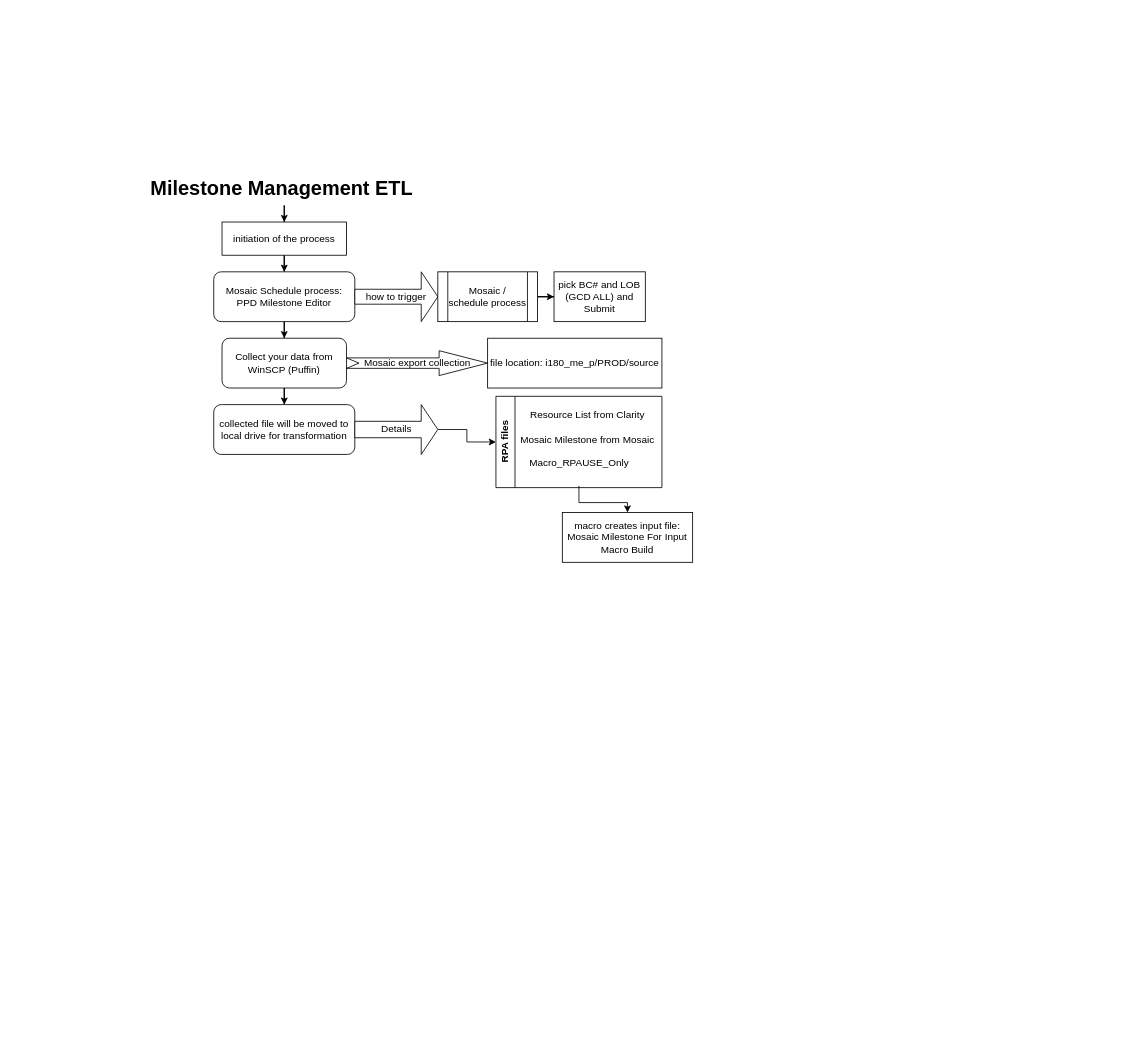
trooperNiki/SCRTDiagrams keeps this draw.io diagram as MilestoneProcess.drawio. Above is the earlier version. Source tidied: cells renumbered, new cells numbered last; positions are measured from the earlier drawing's top-left corner, leaving out a move shared by most shapes. Both pictures are drawn from the tidied source at 83%, with x=0, y=0 at pixel (147, 172).
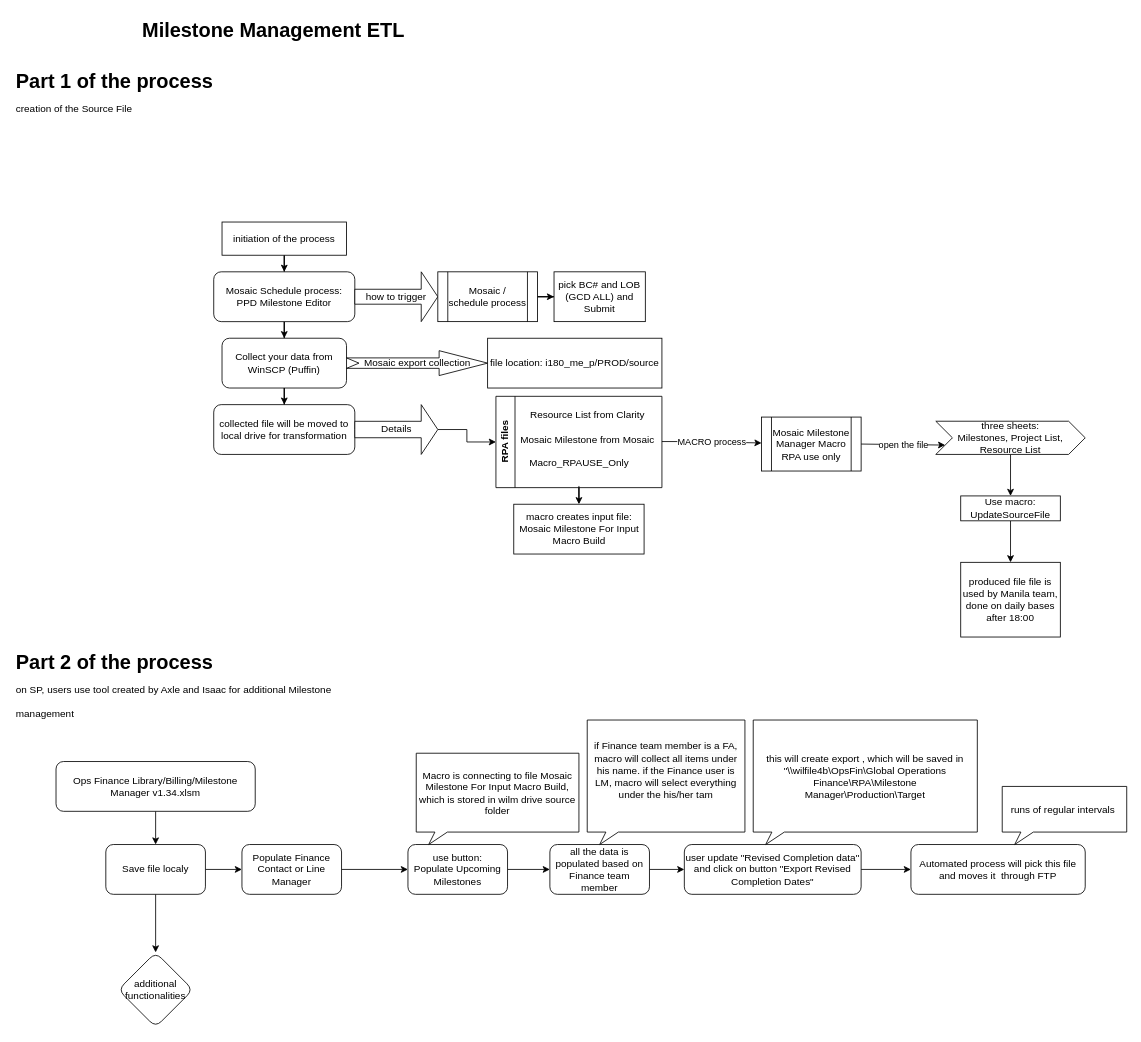
After the change.

Unchanged cells that the change refers to:
```xml
<mxCell id="5" value="initiation of the process" style="whiteSpace=wrap;html=1;" parent="1" vertex="1">
  <mxGeometry x="90" y="60" width="150" height="40" as="geometry" />
</mxCell>
```

Diff of the diagram source:
```diff
@@
-    <mxCell id="2" style="edgeStyle=orthogonalEdgeStyle;rounded=0;jettySize=auto;html=1;" parent="1" edge="1" source="3" target="5">
-      <mxGeometry relative="1" as="geometry" />
-    </mxCell>
     <mxCell id="3" value="Milestone Management ETL&amp;nbsp;" style="text;strokeColor=none;fillColor=none;html=1;fontSize=24;fontStyle=1;verticalAlign=middle;align=center;" parent="1" vertex="1">
-      <mxGeometry width="330" height="40" as="geometry" />
+      <mxGeometry x="-10" y="-190" width="330" height="40" as="geometry" />
     </mxCell>
@@
     <mxCell id="23" value="macro creates input file: Mosaic Milestone For Input Macro Build" style="whiteSpace=wrap;html=1;" parent="1" vertex="1">
-      <mxGeometry x="500" y="410" width="157" height="60" as="geometry" />
+      <mxGeometry x="441.5" y="400" width="157" height="60" as="geometry" />
     </mxCell>
@@
+    <mxCell id="25" style="endArrow=classic;html=1;rounded=0;" parent="1" edge="1" target="27">
+      <mxGeometry relative="1" as="geometry">
+        <mxPoint x="620" y="324.5" as="sourcePoint" />
+        <Array as="points">
+          <mxPoint x="660" y="324.5" />
+        </Array>
+      </mxGeometry>
+    </mxCell>
+    <mxCell id="26" value="MACRO process" style="edgeLabel;html=1;align=center;verticalAlign=middle;" parent="25" vertex="1">
+      <mxGeometry relative="1" as="geometry" />
+    </mxCell>
+    <mxCell id="27" value="Mosaic Milestone Manager Macro RPA use only" style="shape=process;whiteSpace=wrap;html=1;backgroundOutline=1;" parent="1" vertex="1">
+      <mxGeometry x="740" y="295" width="120" height="65" as="geometry" />
+    </mxCell>
+    <mxCell id="28" style="endArrow=classic;html=1;rounded=0;entryX=0;entryY=0.75;entryDx=0;entryDy=0;exitX=1;exitY=0.5;exitDx=0;exitDy=0;" parent="1" edge="1" source="27" target="31">
+      <mxGeometry relative="1" as="geometry" />
+    </mxCell>
+    <mxCell id="29" value="open the file" style="edgeLabel;html=1;align=center;verticalAlign=middle;" parent="28" vertex="1">
+      <mxGeometry relative="1" as="geometry" />
+    </mxCell>
+    <mxCell id="30" style="edgeStyle=orthogonalEdgeStyle;rounded=0;jettySize=auto;html=1;" parent="1" edge="1" source="31" target="33">
+      <mxGeometry relative="1" as="geometry" />
+    </mxCell>
+    <mxCell id="31" value="three sheets:&lt;br&gt;Milestones, Project List, Resource List" style="shape=step;perimeter=stepPerimeter;whiteSpace=wrap;html=1;fixedSize=1;" parent="1" vertex="1">
+      <mxGeometry x="950" y="300" width="180" height="40" as="geometry" />
+    </mxCell>
+    <mxCell id="32" style="edgeStyle=orthogonalEdgeStyle;rounded=0;jettySize=auto;html=1;" parent="1" edge="1" source="33" target="34">
+      <mxGeometry relative="1" as="geometry" />
+    </mxCell>
+    <mxCell id="33" value="Use macro: UpdateSourceFile" style="whiteSpace=wrap;html=1;" parent="1" vertex="1">
+      <mxGeometry x="980" y="390" width="120" height="30" as="geometry" />
+    </mxCell>
+    <mxCell id="34" value="produced file file is used by Manila team, done on daily bases after 18:00" style="whiteSpace=wrap;html=1;" parent="1" vertex="1">
+      <mxGeometry x="980" y="470" width="120" height="90" as="geometry" />
+    </mxCell>
+    <mxCell id="35" style="edgeStyle=orthogonalEdgeStyle;rounded=0;jettySize=auto;html=1;" parent="1" edge="1" source="36" target="41">
+      <mxGeometry relative="1" as="geometry" />
+    </mxCell>
+    <mxCell id="36" value="Ops Finance Library/Billing/Milestone Manager v1.34.xlsm" style="rounded=1;whiteSpace=wrap;html=1;" parent="1" vertex="1">
+      <mxGeometry x="-110" y="710" width="240" height="60" as="geometry" />
+    </mxCell>
+    <mxCell id="37" value="&lt;h1 style=&quot;margin-top: 0px;&quot;&gt;&lt;span style=&quot;background-color: initial;&quot;&gt;Part 2 of the process&lt;br&gt;&lt;/span&gt;&lt;span style=&quot;font-size: 12px; font-weight: 400; text-align: center;&quot;&gt;on SP, users use tool created by Axle and Isaac for additional Milestone management&lt;/span&gt;&lt;br&gt;&lt;/h1&gt;" style="text;html=1;whiteSpace=wrap;overflow=hidden;rounded=0;" parent="1" vertex="1">
+      <mxGeometry x="-160" y="570" width="410" height="120" as="geometry" />
+    </mxCell>
+    <mxCell id="38" value="&lt;h1 style=&quot;margin-top: 0px;&quot;&gt;&lt;span style=&quot;background-color: initial;&quot;&gt;Part 1 of the process&lt;br&gt;&lt;/span&gt;&lt;span style=&quot;font-size: 12px; font-weight: 400; text-align: center;&quot;&gt;creation of the Source File&lt;/span&gt;&lt;br&gt;&lt;/h1&gt;" style="text;html=1;whiteSpace=wrap;overflow=hidden;rounded=0;" parent="1" vertex="1">
+      <mxGeometry x="-160" y="-130" width="410" height="120" as="geometry" />
+    </mxCell>
+    <mxCell id="39" style="edgeStyle=orthogonalEdgeStyle;rounded=0;jettySize=auto;html=1;" parent="1" edge="1" source="41" target="43">
+      <mxGeometry relative="1" as="geometry" />
+    </mxCell>
+    <mxCell id="40" style="edgeStyle=orthogonalEdgeStyle;rounded=0;jettySize=auto;html=1;" parent="1" edge="1" source="41" target="55">
+      <mxGeometry relative="1" as="geometry" />
+    </mxCell>
+    <mxCell id="41" value="Save file localy" style="whiteSpace=wrap;html=1;rounded=1;" parent="1" vertex="1">
+      <mxGeometry x="-50" y="810" width="120" height="60" as="geometry" />
+    </mxCell>
+    <mxCell id="42" style="edgeStyle=orthogonalEdgeStyle;rounded=0;jettySize=auto;html=1;" parent="1" edge="1" source="43" target="45">
+      <mxGeometry relative="1" as="geometry" />
+    </mxCell>
+    <mxCell id="43" value="Populate Finance Contact or Line Manager" style="whiteSpace=wrap;html=1;rounded=1;" parent="1" vertex="1">
+      <mxGeometry x="114" y="810" width="120" height="60" as="geometry" />
+    </mxCell>
+    <mxCell id="44" style="edgeStyle=orthogonalEdgeStyle;rounded=0;jettySize=auto;html=1;" parent="1" edge="1" source="45" target="48">
+      <mxGeometry relative="1" as="geometry" />
+    </mxCell>
+    <mxCell id="45" value="use button:&lt;br&gt;Populate Upcoming Milestones" style="whiteSpace=wrap;html=1;rounded=1;" parent="1" vertex="1">
+      <mxGeometry x="314" y="810" width="120" height="60" as="geometry" />
+    </mxCell>
+    <mxCell id="46" value="Macro is connecting to file Mosaic Milestone For Input Macro Build, which is stored in wilm drive source folder" style="whiteSpace=wrap;html=1;shape=mxgraph.basic.rectCallout;dx=30;dy=15;boundedLbl=1;" parent="1" vertex="1">
+      <mxGeometry x="324" y="700" width="196" height="110" as="geometry" />
+    </mxCell>
+    <mxCell id="47" style="edgeStyle=orthogonalEdgeStyle;rounded=0;jettySize=auto;html=1;" parent="1" edge="1" source="48" target="51">
+      <mxGeometry relative="1" as="geometry" />
+    </mxCell>
+    <mxCell id="48" value="all the data is populated based on Finance team member" style="whiteSpace=wrap;html=1;rounded=1;" parent="1" vertex="1">
+      <mxGeometry x="485" y="810" width="120" height="60" as="geometry" />
+    </mxCell>
+    <mxCell id="49" value="&#10;&lt;span style=&quot;color: rgb(0, 0, 0); font-family: Helvetica; font-size: 12px; font-style: normal; font-variant-ligatures: normal; font-variant-caps: normal; font-weight: 400; letter-spacing: normal; orphans: 2; text-align: center; text-indent: 0px; text-transform: none; widows: 2; word-spacing: 0px; -webkit-text-stroke-width: 0px; white-space: normal; background-color: rgb(251, 251, 251); text-decoration-thickness: initial; text-decoration-style: initial; text-decoration-color: initial; display: inline !important; float: none;&quot;&gt;if Finance team member is a FA, macro will collect all items under his name. if the Finance user is LM, macro will select everything under the his/her tam&lt;/span&gt;&#10;&#10;" style="whiteSpace=wrap;html=1;shape=mxgraph.basic.rectCallout;dx=30;dy=15;boundedLbl=1;" parent="1" vertex="1">
+      <mxGeometry x="530" y="660" width="190" height="150" as="geometry" />
+    </mxCell>
+    <mxCell id="50" style="edgeStyle=orthogonalEdgeStyle;rounded=0;jettySize=auto;html=1;" parent="1" edge="1" source="51" target="53">
+      <mxGeometry relative="1" as="geometry" />
+    </mxCell>
+    <mxCell id="51" value="user update &quot;Revised Completion data&quot; and click on button &quot;Export Revised Completion Dates&quot;" style="whiteSpace=wrap;html=1;rounded=1;" parent="1" vertex="1">
+      <mxGeometry x="647" y="810" width="213" height="60" as="geometry" />
+    </mxCell>
+    <mxCell id="52" value="this will create export , which will be saved in &quot;\\wilfile4b\OpsFin\Global Operations Finance\RPA\Milestone Manager\Production\Target" style="whiteSpace=wrap;html=1;shape=mxgraph.basic.rectCallout;dx=30;dy=15;boundedLbl=1;" parent="1" vertex="1">
+      <mxGeometry x="730" y="660" width="270" height="150" as="geometry" />
+    </mxCell>
+    <mxCell id="53" value="Automated process will pick this file and moves it&amp;nbsp; through FTP" style="whiteSpace=wrap;html=1;rounded=1;" parent="1" vertex="1">
+      <mxGeometry x="920" y="810" width="210" height="60" as="geometry" />
+    </mxCell>
+    <mxCell id="54" value="runs of regular intervals&amp;nbsp;" style="whiteSpace=wrap;html=1;shape=mxgraph.basic.rectCallout;dx=30;dy=15;boundedLbl=1;" parent="1" vertex="1">
+      <mxGeometry x="1030" y="740" width="150" height="70" as="geometry" />
+    </mxCell>
+    <mxCell id="55" value="additional functionalities" style="rhombus;whiteSpace=wrap;html=1;rounded=1;" parent="1" vertex="1">
+      <mxGeometry x="-35" y="940" width="90" height="90" as="geometry" />
+    </mxCell>
```
